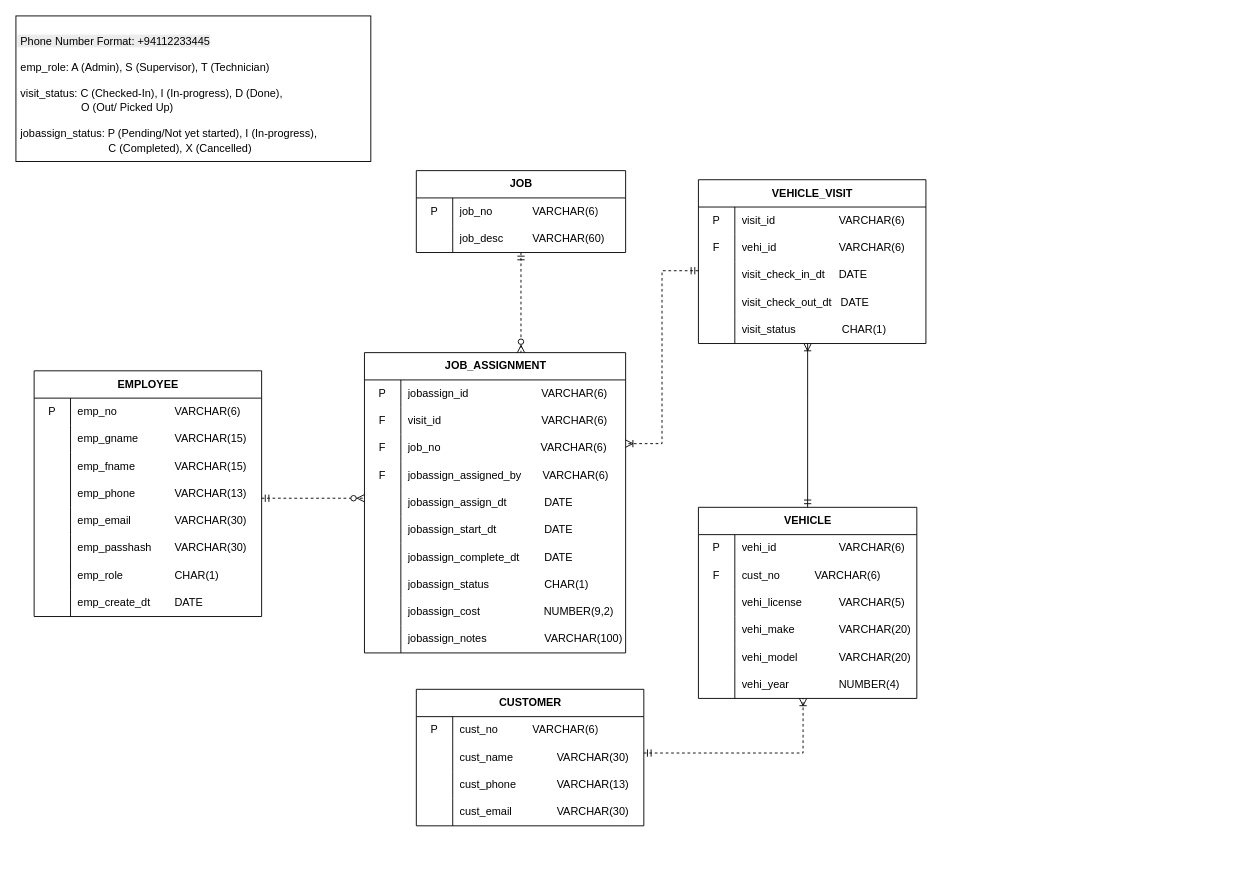
This is page "Logical" (1 of 2) of docs/erd/erd.drawio from PrimeAutocare/primeautocare, a draw.io file, before an edit. Source tidied: cells renumbered, new cells numbered last; positions are measured from the earlier drawing's top-left corner, leaving out a move shared by most shapes. Both pictures are drawn from the tidied source at 91%, with x=0, y=0 at pixel (15, 15).
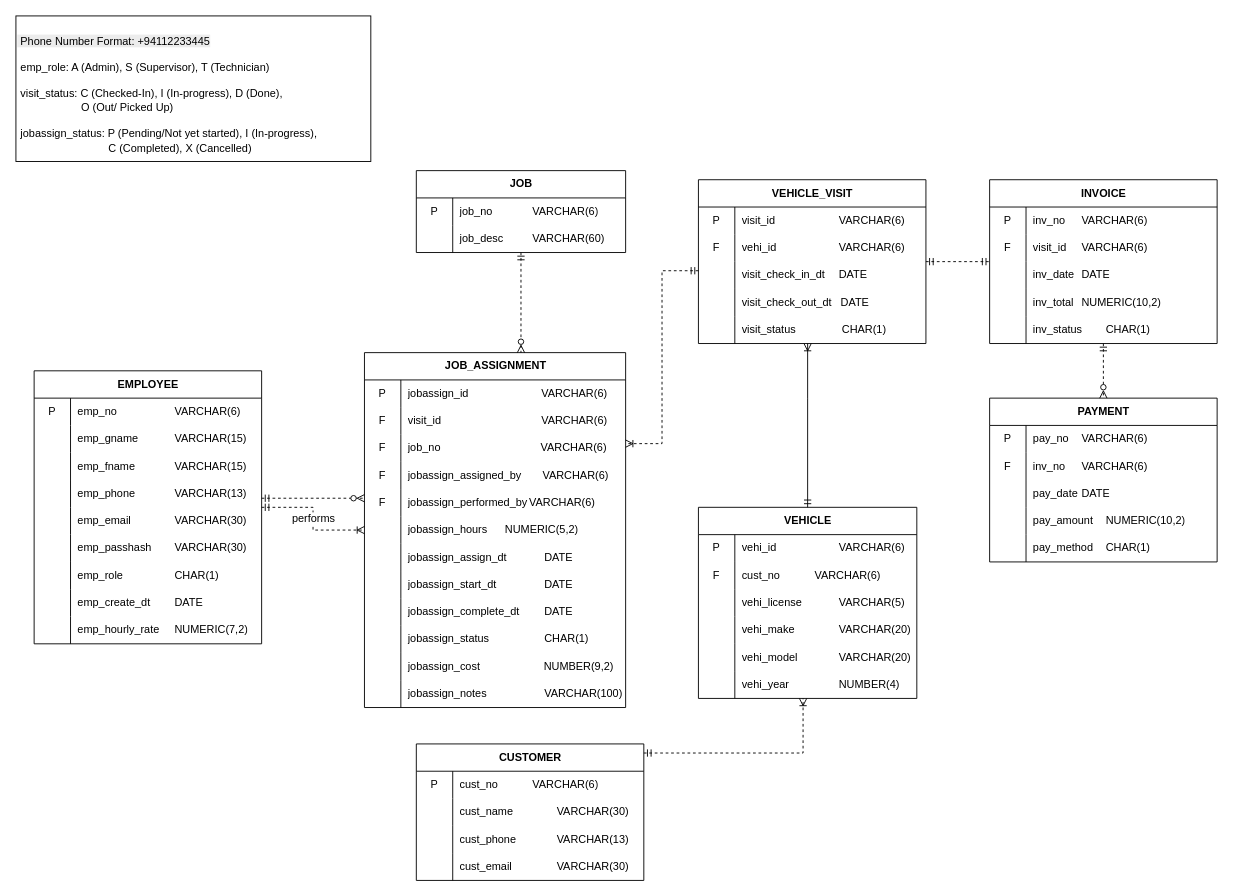
The same diagram, later.

Unchanged cells that the change refers to:
```xml
<mxCell id="84" value="VEHICLE_VISIT" style="shape=table;startSize=30;childLayout=tableLayout;rowLines=0;fontStyle=1;align=center;html=1;" parent="1" vertex="1">
  <mxGeometry x="750" y="180" width="250" height="180" as="geometry" />
</mxCell>
```

The edit, as a diff of the source:
```diff
@@
     <mxCell id="2" value="EMPLOYEE" style="shape=table;startSize=30;childLayout=tableLayout;rowLines=0;fontStyle=1;align=center;html=1;" parent="1" vertex="1">
-      <mxGeometry x="20" y="390" width="250" height="270" as="geometry" />
+      <mxGeometry x="20" y="390" width="250" height="300" as="geometry" />
     </mxCell>
@@
+    <mxCell id="119" style="shape=tableRow;horizontal=0;startSize=0;swimlaneHead=0;swimlaneBody=0;fillColor=none;top=0;left=0;right=0;bottom=0;" parent="2" vertex="1">
+      <mxGeometry y="270" width="250" height="30" as="geometry" />
+    </mxCell>
+    <mxCell id="120" style="shape=partialRectangle;fillColor=none;top=0;left=0;bottom=0;right=0;overflow=hidden;whiteSpace=wrap;html=1;" parent="119" vertex="1">
+      <mxGeometry width="40" height="30" as="geometry" />
+    </mxCell>
+    <mxCell id="121" value="emp_hourly_rate&lt;span style=&quot;white-space: pre&quot;&gt;&#9;&lt;/span&gt;NUMERIC(7,2)" style="shape=partialRectangle;fillColor=none;top=0;left=0;bottom=0;right=0;align=left;spacingLeft=6;overflow=hidden;whiteSpace=wrap;html=1;" parent="119" vertex="1">
+      <mxGeometry x="40" width="210" height="30" as="geometry" />
+    </mxCell>
@@
     <mxCell id="53" value="JOB_ASSIGNMENT" style="shape=table;startSize=30;childLayout=tableLayout;rowLines=0;fontStyle=1;align=center;html=1;" parent="1" vertex="1">
-      <mxGeometry x="383" y="370" width="287" height="330" as="geometry" />
+      <mxGeometry x="383" y="370" width="287" height="390" as="geometry" />
     </mxCell>
@@
+    <mxCell id="122" style="shape=tableRow;horizontal=0;startSize=0;swimlaneHead=0;swimlaneBody=0;fillColor=none;top=0;left=0;right=0;bottom=0;" parent="53" vertex="1">
+      <mxGeometry y="150" width="287" height="30" as="geometry" />
+    </mxCell>
+    <mxCell id="123" value="F" style="shape=partialRectangle;fillColor=none;top=0;left=0;bottom=0;right=0;overflow=hidden;whiteSpace=wrap;html=1;" parent="122" vertex="1">
+      <mxGeometry width="40" height="30" as="geometry" />
+    </mxCell>
+    <mxCell id="124" value="jobassign_performed_by&lt;span style=&quot;white-space: pre&quot;&gt;&#9;&lt;/span&gt;VARCHAR(6)" style="shape=partialRectangle;fillColor=none;top=0;left=0;bottom=0;right=0;align=left;spacingLeft=6;overflow=hidden;whiteSpace=wrap;html=1;" parent="122" vertex="1">
+      <mxGeometry x="40" width="247" height="30" as="geometry" />
+    </mxCell>
+    <mxCell id="125" style="shape=tableRow;horizontal=0;startSize=0;swimlaneHead=0;swimlaneBody=0;fillColor=none;top=0;left=0;right=0;bottom=0;" parent="53" vertex="1">
+      <mxGeometry y="180" width="287" height="30" as="geometry" />
+    </mxCell>
+    <mxCell id="126" style="shape=partialRectangle;fillColor=none;top=0;left=0;bottom=0;right=0;overflow=hidden;whiteSpace=wrap;html=1;" parent="125" vertex="1">
+      <mxGeometry width="40" height="30" as="geometry" />
+    </mxCell>
+    <mxCell id="127" value="jobassign_hours&lt;span style=&quot;white-space: pre&quot;&gt;&#9;&lt;/span&gt;NUMERIC(5,2)" style="shape=partialRectangle;fillColor=none;top=0;left=0;bottom=0;right=0;align=left;spacingLeft=6;overflow=hidden;whiteSpace=wrap;html=1;" parent="125" vertex="1">
+      <mxGeometry x="40" width="247" height="30" as="geometry" />
+    </mxCell>
     <mxCell id="66" style="shape=tableRow;horizontal=0;startSize=0;swimlaneHead=0;swimlaneBody=0;fillColor=none;top=0;left=0;right=0;bottom=0;" parent="53" vertex="1">
-      <mxGeometry y="150" width="287" height="30" as="geometry" />
+      <mxGeometry y="210" width="287" height="30" as="geometry" />
     </mxCell>
@@
     <mxCell id="69" style="shape=tableRow;horizontal=0;startSize=0;swimlaneHead=0;swimlaneBody=0;fillColor=none;top=0;left=0;right=0;bottom=0;" parent="53" vertex="1">
-      <mxGeometry y="180" width="287" height="30" as="geometry" />
+      <mxGeometry y="240" width="287" height="30" as="geometry" />
     </mxCell>
@@
     <mxCell id="72" style="shape=tableRow;horizontal=0;startSize=0;swimlaneHead=0;swimlaneBody=0;fillColor=none;top=0;left=0;right=0;bottom=0;" parent="53" vertex="1">
-      <mxGeometry y="210" width="287" height="30" as="geometry" />
+      <mxGeometry y="270" width="287" height="30" as="geometry" />
     </mxCell>
@@
     <mxCell id="75" style="shape=tableRow;horizontal=0;startSize=0;swimlaneHead=0;swimlaneBody=0;fillColor=none;top=0;left=0;right=0;bottom=0;" parent="53" vertex="1">
-      <mxGeometry y="240" width="287" height="30" as="geometry" />
+      <mxGeometry y="300" width="287" height="30" as="geometry" />
     </mxCell>
@@
     <mxCell id="78" style="shape=tableRow;horizontal=0;startSize=0;swimlaneHead=0;swimlaneBody=0;fillColor=none;top=0;left=0;right=0;bottom=0;" parent="53" vertex="1">
-      <mxGeometry y="270" width="287" height="30" as="geometry" />
+      <mxGeometry y="330" width="287" height="30" as="geometry" />
     </mxCell>
@@
     <mxCell id="81" style="shape=tableRow;horizontal=0;startSize=0;swimlaneHead=0;swimlaneBody=0;fillColor=none;top=0;left=0;right=0;bottom=0;" parent="53" vertex="1">
-      <mxGeometry y="300" width="287" height="30" as="geometry" />
+      <mxGeometry y="360" width="287" height="30" as="geometry" />
     </mxCell>
@@
     <mxCell id="104" value="CUSTOMER" style="shape=table;startSize=30;childLayout=tableLayout;rowLines=0;fontStyle=1;align=center;html=1;" parent="1" vertex="1">
-      <mxGeometry x="440" y="740" width="250" height="150" as="geometry" />
+      <mxGeometry x="440" y="800" width="250" height="150" as="geometry" />
     </mxCell>
@@
+    <mxCell id="128" value="INVOICE" style="shape=table;startSize=30;childLayout=tableLayout;rowLines=0;fontStyle=1;align=center;html=1;" parent="1" vertex="1">
+      <mxGeometry x="1070" y="180" width="250" height="180" as="geometry" />
+    </mxCell>
+    <mxCell id="129" style="shape=tableRow;horizontal=0;startSize=0;swimlaneHead=0;swimlaneBody=0;fillColor=none;top=0;left=0;right=0;bottom=0;" parent="128" vertex="1">
+      <mxGeometry y="30" width="250" height="30" as="geometry" />
+    </mxCell>
+    <mxCell id="130" value="P" style="shape=partialRectangle;fillColor=none;top=0;left=0;bottom=0;right=0;overflow=hidden;whiteSpace=wrap;html=1;" parent="129" vertex="1">
+      <mxGeometry width="40" height="30" as="geometry" />
+    </mxCell>
+    <mxCell id="131" value="inv_no&lt;span style=&quot;white-space: pre&quot;&gt;&#9;&lt;/span&gt;VARCHAR(6)" style="shape=partialRectangle;fillColor=none;top=0;left=0;bottom=0;right=0;align=left;spacingLeft=6;overflow=hidden;whiteSpace=wrap;html=1;" parent="129" vertex="1">
+      <mxGeometry x="40" width="210" height="30" as="geometry" />
+    </mxCell>
+    <mxCell id="132" style="shape=tableRow;horizontal=0;startSize=0;swimlaneHead=0;swimlaneBody=0;fillColor=none;top=0;left=0;right=0;bottom=0;" parent="128" vertex="1">
+      <mxGeometry y="60" width="250" height="30" as="geometry" />
+    </mxCell>
+    <mxCell id="133" value="F" style="shape=partialRectangle;fillColor=none;top=0;left=0;bottom=0;right=0;overflow=hidden;whiteSpace=wrap;html=1;" parent="132" vertex="1">
+      <mxGeometry width="40" height="30" as="geometry" />
+    </mxCell>
+    <mxCell id="134" value="visit_id&lt;span style=&quot;white-space: pre&quot;&gt;&#9;&lt;/span&gt;VARCHAR(6)" style="shape=partialRectangle;fillColor=none;top=0;left=0;bottom=0;right=0;align=left;spacingLeft=6;overflow=hidden;whiteSpace=wrap;html=1;" parent="132" vertex="1">
+      <mxGeometry x="40" width="210" height="30" as="geometry" />
+    </mxCell>
+    <mxCell id="135" style="shape=tableRow;horizontal=0;startSize=0;swimlaneHead=0;swimlaneBody=0;fillColor=none;top=0;left=0;right=0;bottom=0;" parent="128" vertex="1">
+      <mxGeometry y="90" width="250" height="30" as="geometry" />
+    </mxCell>
+    <mxCell id="136" style="shape=partialRectangle;fillColor=none;top=0;left=0;bottom=0;right=0;overflow=hidden;whiteSpace=wrap;html=1;" parent="135" vertex="1">
+      <mxGeometry width="40" height="30" as="geometry" />
+    </mxCell>
+    <mxCell id="137" value="inv_date&lt;span style=&quot;white-space: pre&quot;&gt;&#9;&lt;/span&gt;DATE" style="shape=partialRectangle;fillColor=none;top=0;left=0;bottom=0;right=0;align=left;spacingLeft=6;overflow=hidden;whiteSpace=wrap;html=1;" parent="135" vertex="1">
+      <mxGeometry x="40" width="210" height="30" as="geometry" />
+    </mxCell>
+    <mxCell id="138" style="shape=tableRow;horizontal=0;startSize=0;swimlaneHead=0;swimlaneBody=0;fillColor=none;top=0;left=0;right=0;bottom=0;" parent="128" vertex="1">
+      <mxGeometry y="120" width="250" height="30" as="geometry" />
+    </mxCell>
+    <mxCell id="139" style="shape=partialRectangle;fillColor=none;top=0;left=0;bottom=0;right=0;overflow=hidden;whiteSpace=wrap;html=1;" parent="138" vertex="1">
+      <mxGeometry width="40" height="30" as="geometry" />
+    </mxCell>
+    <mxCell id="140" value="inv_total&lt;span style=&quot;white-space: pre&quot;&gt;&#9;&lt;/span&gt;NUMERIC(10,2)" style="shape=partialRectangle;fillColor=none;top=0;left=0;bottom=0;right=0;align=left;spacingLeft=6;overflow=hidden;whiteSpace=wrap;html=1;" parent="138" vertex="1">
+      <mxGeometry x="40" width="210" height="30" as="geometry" />
+    </mxCell>
+    <mxCell id="141" style="shape=tableRow;horizontal=0;startSize=0;swimlaneHead=0;swimlaneBody=0;fillColor=none;top=0;left=0;right=0;bottom=0;" parent="128" vertex="1">
+      <mxGeometry y="150" width="250" height="30" as="geometry" />
+    </mxCell>
+    <mxCell id="142" style="shape=partialRectangle;fillColor=none;top=0;left=0;bottom=0;right=0;overflow=hidden;whiteSpace=wrap;html=1;" parent="141" vertex="1">
+      <mxGeometry width="40" height="30" as="geometry" />
+    </mxCell>
+    <mxCell id="143" value="inv_status&lt;span style=&quot;white-space: pre&quot;&gt;&#9;&lt;/span&gt;CHAR(1)" style="shape=partialRectangle;fillColor=none;top=0;left=0;bottom=0;right=0;align=left;spacingLeft=6;overflow=hidden;whiteSpace=wrap;html=1;" parent="141" vertex="1">
+      <mxGeometry x="40" width="210" height="30" as="geometry" />
+    </mxCell>
+    <mxCell id="144" value="PAYMENT" style="shape=table;startSize=30;childLayout=tableLayout;rowLines=0;fontStyle=1;align=center;html=1;" parent="1" vertex="1">
+      <mxGeometry x="1070" y="420" width="250" height="180" as="geometry" />
+    </mxCell>
+    <mxCell id="145" style="shape=tableRow;horizontal=0;startSize=0;swimlaneHead=0;swimlaneBody=0;fillColor=none;top=0;left=0;right=0;bottom=0;" parent="144" vertex="1">
+      <mxGeometry y="30" width="250" height="30" as="geometry" />
+    </mxCell>
+    <mxCell id="146" value="P" style="shape=partialRectangle;fillColor=none;top=0;left=0;bottom=0;right=0;overflow=hidden;whiteSpace=wrap;html=1;" parent="145" vertex="1">
+      <mxGeometry width="40" height="30" as="geometry" />
+    </mxCell>
+    <mxCell id="147" value="pay_no&lt;span style=&quot;white-space: pre&quot;&gt;&#9;&lt;/span&gt;VARCHAR(6)" style="shape=partialRectangle;fillColor=none;top=0;left=0;bottom=0;right=0;align=left;spacingLeft=6;overflow=hidden;whiteSpace=wrap;html=1;" parent="145" vertex="1">
+      <mxGeometry x="40" width="210" height="30" as="geometry" />
+    </mxCell>
+    <mxCell id="148" style="shape=tableRow;horizontal=0;startSize=0;swimlaneHead=0;swimlaneBody=0;fillColor=none;top=0;left=0;right=0;bottom=0;" parent="144" vertex="1">
+      <mxGeometry y="60" width="250" height="30" as="geometry" />
+    </mxCell>
+    <mxCell id="149" value="F" style="shape=partialRectangle;fillColor=none;top=0;left=0;bottom=0;right=0;overflow=hidden;whiteSpace=wrap;html=1;" parent="148" vertex="1">
+      <mxGeometry width="40" height="30" as="geometry" />
+    </mxCell>
+    <mxCell id="150" value="inv_no&lt;span style=&quot;white-space: pre&quot;&gt;&#9;&lt;/span&gt;VARCHAR(6)" style="shape=partialRectangle;fillColor=none;top=0;left=0;bottom=0;right=0;align=left;spacingLeft=6;overflow=hidden;whiteSpace=wrap;html=1;" parent="148" vertex="1">
+      <mxGeometry x="40" width="210" height="30" as="geometry" />
+    </mxCell>
+    <mxCell id="151" style="shape=tableRow;horizontal=0;startSize=0;swimlaneHead=0;swimlaneBody=0;fillColor=none;top=0;left=0;right=0;bottom=0;" parent="144" vertex="1">
+      <mxGeometry y="90" width="250" height="30" as="geometry" />
+    </mxCell>
+    <mxCell id="152" style="shape=partialRectangle;fillColor=none;top=0;left=0;bottom=0;right=0;overflow=hidden;whiteSpace=wrap;html=1;" parent="151" vertex="1">
+      <mxGeometry width="40" height="30" as="geometry" />
+    </mxCell>
+    <mxCell id="153" value="pay_date&lt;span style=&quot;white-space: pre&quot;&gt;&#9;&lt;/span&gt;DATE" style="shape=partialRectangle;fillColor=none;top=0;left=0;bottom=0;right=0;align=left;spacingLeft=6;overflow=hidden;whiteSpace=wrap;html=1;" parent="151" vertex="1">
+      <mxGeometry x="40" width="210" height="30" as="geometry" />
+    </mxCell>
+    <mxCell id="154" style="shape=tableRow;horizontal=0;startSize=0;swimlaneHead=0;swimlaneBody=0;fillColor=none;top=0;left=0;right=0;bottom=0;" parent="144" vertex="1">
+      <mxGeometry y="120" width="250" height="30" as="geometry" />
+    </mxCell>
+    <mxCell id="155" style="shape=partialRectangle;fillColor=none;top=0;left=0;bottom=0;right=0;overflow=hidden;whiteSpace=wrap;html=1;" parent="154" vertex="1">
+      <mxGeometry width="40" height="30" as="geometry" />
+    </mxCell>
+    <mxCell id="156" value="pay_amount&lt;span style=&quot;white-space: pre&quot;&gt;&#9;&lt;/span&gt;NUMERIC(10,2)" style="shape=partialRectangle;fillColor=none;top=0;left=0;bottom=0;right=0;align=left;spacingLeft=6;overflow=hidden;whiteSpace=wrap;html=1;" parent="154" vertex="1">
+      <mxGeometry x="40" width="210" height="30" as="geometry" />
+    </mxCell>
+    <mxCell id="157" style="shape=tableRow;horizontal=0;startSize=0;swimlaneHead=0;swimlaneBody=0;fillColor=none;top=0;left=0;right=0;bottom=0;" parent="144" vertex="1">
+      <mxGeometry y="150" width="250" height="30" as="geometry" />
+    </mxCell>
+    <mxCell id="158" style="shape=partialRectangle;fillColor=none;top=0;left=0;bottom=0;right=0;overflow=hidden;whiteSpace=wrap;html=1;" parent="157" vertex="1">
+      <mxGeometry width="40" height="30" as="geometry" />
+    </mxCell>
+    <mxCell id="159" value="pay_method&lt;span style=&quot;white-space: pre&quot;&gt;&#9;&lt;/span&gt;CHAR(1)" style="shape=partialRectangle;fillColor=none;top=0;left=0;bottom=0;right=0;align=left;spacingLeft=6;overflow=hidden;whiteSpace=wrap;html=1;" parent="157" vertex="1">
+      <mxGeometry x="40" width="210" height="30" as="geometry" />
+    </mxCell>
+    <mxCell id="160" style="edgeStyle=orthogonalEdgeStyle;fontSize=12;html=1;endArrow=ERmandOne;startArrow=ERmandOne;rounded=0;dashed=1;" parent="1" edge="1" source="84" target="128">
+      <mxGeometry relative="1" as="geometry" />
+    </mxCell>
+    <mxCell id="161" style="edgeStyle=orthogonalEdgeStyle;fontSize=12;html=1;endArrow=ERzeroToMany;startArrow=ERmandOne;rounded=0;dashed=1;" parent="1" edge="1" source="128" target="144">
+      <mxGeometry relative="1" as="geometry" />
+    </mxCell>
+    <mxCell id="162" value="performs" style="edgeStyle=orthogonalEdgeStyle;fontSize=12;html=1;endArrow=ERoneToMany;startArrow=ERmandOne;rounded=0;endFill=0;dashed=1;" parent="1" edge="1" source="2" target="53">
+      <mxGeometry relative="1" as="geometry" />
+    </mxCell>
```
